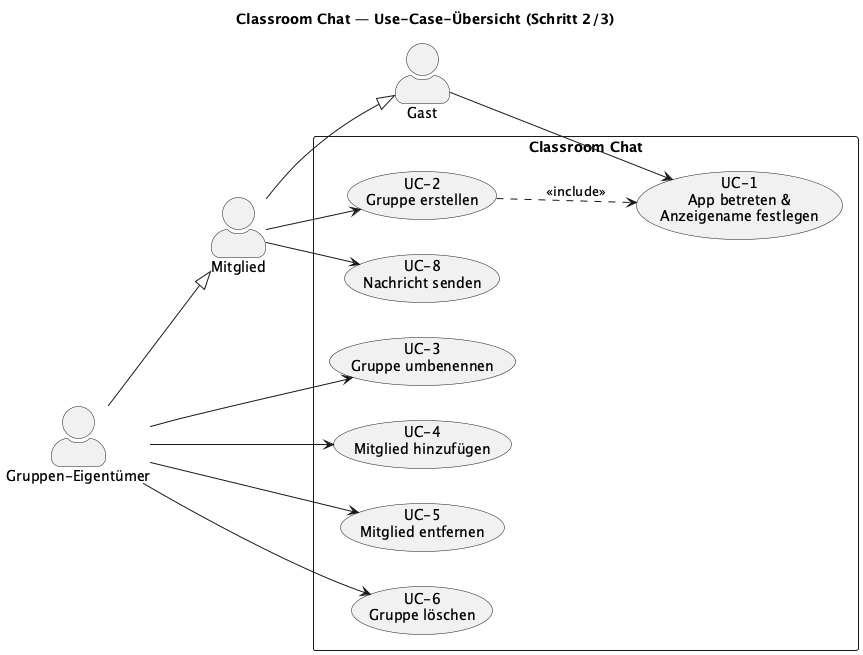
Earlier version of the PlantUML export docs/diagrams/use-case-diagramm.png (alexanderraich/cas_ai_se-classroomchat). Its diagram source:
```plantuml
@startuml ClassroomChat-UseCases
title Classroom Chat — Use-Case-Übersicht (Schritt 2/3)

left to right direction
skinparam packageStyle rectangle
skinparam actorStyle awesome

actor "Gast" as Gast
actor "Mitglied" as Mitglied
actor "Gruppen-Eigentümer" as Eigentuemer

Mitglied  --|> Gast
Eigentuemer --|> Mitglied

rectangle "Classroom Chat" {
  usecase "UC-1\nApp betreten &\nAnzeigename festlegen" as UC1
  usecase "UC-2\nGruppe erstellen"               as UC2
  usecase "UC-3\nGruppe umbenennen"              as UC3
  usecase "UC-4\nMitglied hinzufügen"            as UC4
  usecase "UC-5\nMitglied entfernen"             as UC5
  usecase "UC-6\nGruppe löschen"                 as UC6
  usecase "UC-8\nNachricht senden"               as UC8
}

Gast        --> UC1

Mitglied    --> UC2
Mitglied    --> UC8

Eigentuemer --> UC3
Eigentuemer --> UC4
Eigentuemer --> UC5
Eigentuemer --> UC6

UC2  ..> UC1 : <<include>>

@enduml
```
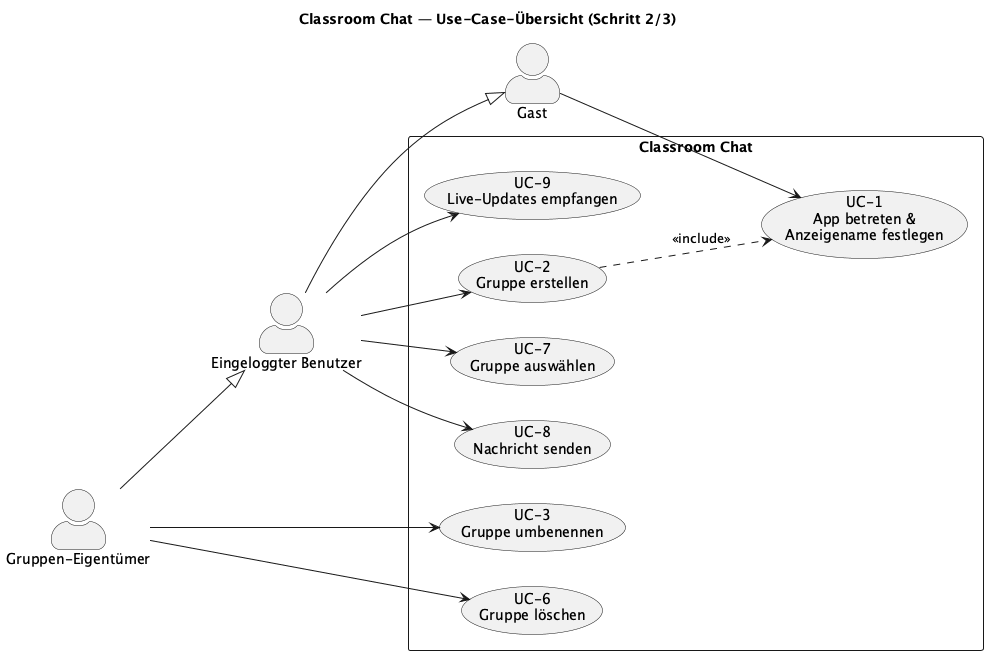
After the change.

Diff of the diagram source:
```diff
@@ -6,30 +6,30 @@
 skinparam actorStyle awesome
 
 actor "Gast" as Gast
-actor "Mitglied" as Mitglied
+actor "Eingeloggter Benutzer" as Benutzer
 actor "Gruppen-Eigentümer" as Eigentuemer
 
-Mitglied  --|> Gast
-Eigentuemer --|> Mitglied
+Benutzer  --|> Gast
+Eigentuemer --|> Benutzer
 
 rectangle "Classroom Chat" {
   usecase "UC-1\nApp betreten &\nAnzeigename festlegen" as UC1
   usecase "UC-2\nGruppe erstellen"               as UC2
   usecase "UC-3\nGruppe umbenennen"              as UC3
-  usecase "UC-4\nMitglied hinzufügen"            as UC4
-  usecase "UC-5\nMitglied entfernen"             as UC5
   usecase "UC-6\nGruppe löschen"                 as UC6
+  usecase "UC-7\nGruppe auswählen"               as UC7
   usecase "UC-8\nNachricht senden"               as UC8
+  usecase "UC-9\nLive-Updates empfangen"         as UC9
 }
 
 Gast        --> UC1
 
-Mitglied    --> UC2
-Mitglied    --> UC8
+Benutzer    --> UC2
+Benutzer    --> UC7
+Benutzer    --> UC8
+Benutzer    --> UC9
 
 Eigentuemer --> UC3
-Eigentuemer --> UC4
-Eigentuemer --> UC5
 Eigentuemer --> UC6
 
 UC2  ..> UC1 : <<include>>
```
